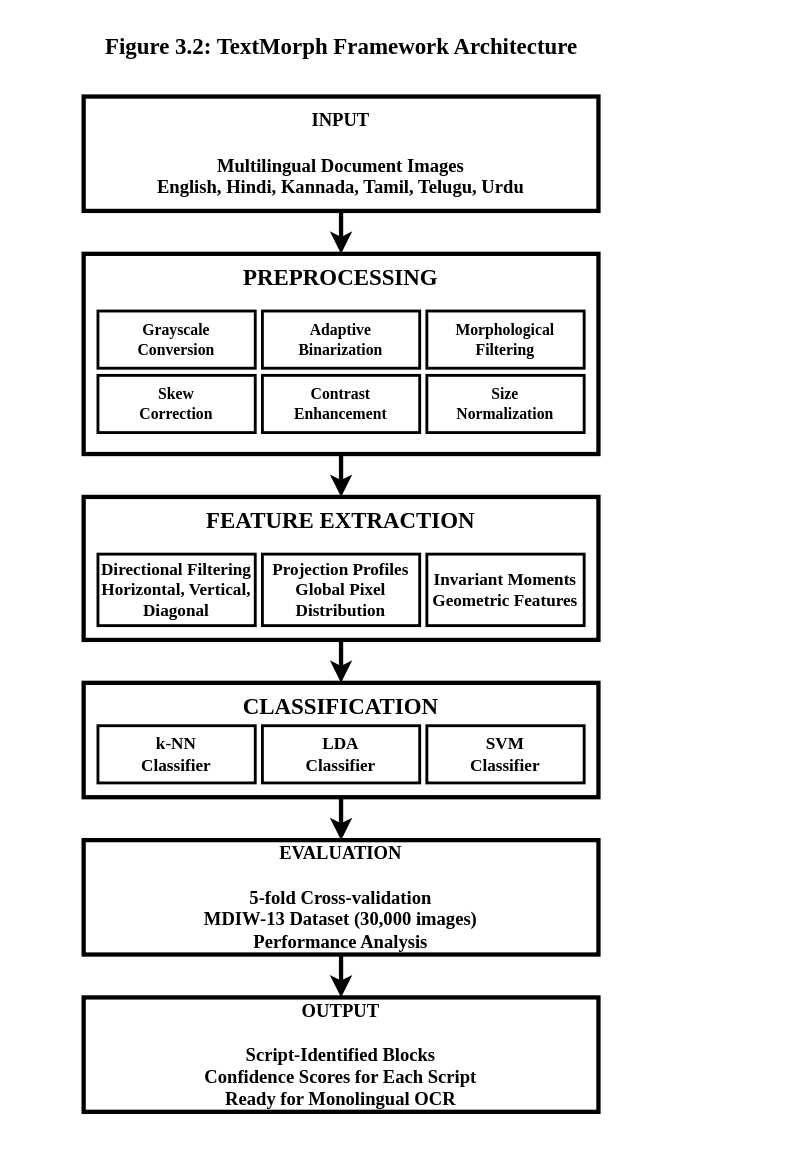
Earlier version of the draw.io diagram suneel_fig2_TextMorph.drawio (vinayak-k24/DrawIO). Source tidied: cells renumbered, new cells numbered last; positions are measured from the earlier drawing's top-left corner, leaving out a move shared by most shapes. Both pictures are drawn from the tidied source at 143%, with x=0, y=0 at pixel (54, 24).
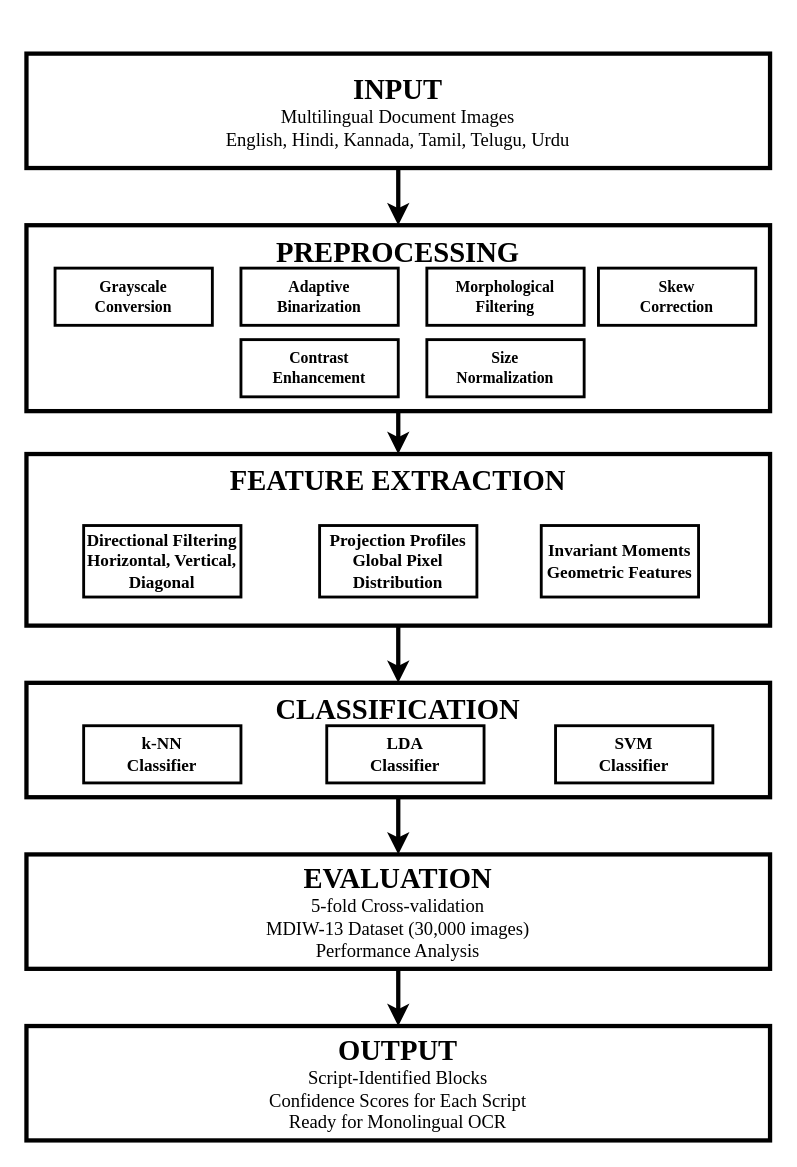
The same diagram, later.

Diff of the diagram source:
```diff
@@
-    <mxCell id="2" value="Figure 3.2: TextMorph Framework Architecture" style="text;html=1;align=center;verticalAlign=middle;strokeColor=none;fillColor=none;fontSize=16;fontStyle=1;fontFamily=Times New Roman;" parent="1" vertex="1">
-      <mxGeometry width="400" height="30" as="geometry" />
-    </mxCell>
-    <mxCell id="3" value="&lt;b&gt;INPUT&lt;/b&gt;&lt;br&gt;&lt;br&gt;Multilingual Document Images&lt;br&gt;English, Hindi, Kannada, Tamil, Telugu, Urdu" style="rounded=0;whiteSpace=wrap;html=1;strokeWidth=3;fontFamily=Times New Roman;fontSize=13;fontStyle=1;verticalAlign=middle;" parent="1" vertex="1">
-      <mxGeometry x="20" y="50" width="360" height="80" as="geometry" />
+    <mxCell id="3" value="&lt;b&gt;&lt;font style=&quot;font-size: 20px;&quot;&gt;INPUT&lt;/font&gt;&lt;/b&gt;&lt;br&gt;&lt;span style=&quot;font-weight: normal;&quot;&gt;Multilingual Document Images&lt;br&gt;English, Hindi, Kannada, Tamil, Telugu, Urdu&lt;/span&gt;" style="rounded=0;whiteSpace=wrap;html=1;strokeWidth=3;fontFamily=Times New Roman;fontSize=13;fontStyle=1;verticalAlign=middle;" parent="1" vertex="1">
+      <mxGeometry x="-20" y="20" width="520" height="80" as="geometry" />
     </mxCell>
@@
-    <mxCell id="5" value="&lt;b&gt;PREPROCESSING&lt;/b&gt;" style="rounded=0;whiteSpace=wrap;html=1;strokeWidth=3;fontFamily=Times New Roman;fontSize=16;fontStyle=1;verticalAlign=top;" parent="1" vertex="1">
-      <mxGeometry x="20" y="160" width="360" height="140" as="geometry" />
+    <mxCell id="5" value="&lt;b&gt;&lt;font style=&quot;font-size: 20px;&quot;&gt;PREPROCESSING&lt;/font&gt;&lt;/b&gt;" style="rounded=0;whiteSpace=wrap;html=1;strokeWidth=3;fontFamily=Times New Roman;fontSize=16;fontStyle=1;verticalAlign=top;" parent="1" vertex="1">
+      <mxGeometry x="-20" y="140" width="520" height="130" as="geometry" />
     </mxCell>
     <mxCell id="6" value="Grayscale&lt;br&gt;Conversion" style="rounded=0;whiteSpace=wrap;html=1;strokeWidth=2;fontFamily=Times New Roman;fontSize=11;fontStyle=1;" parent="1" vertex="1">
-      <mxGeometry x="30" y="200" width="110" height="40" as="geometry" />
+      <mxGeometry y="170" width="110" height="40" as="geometry" />
     </mxCell>
     <mxCell id="7" value="Adaptive&lt;br&gt;Binarization" style="rounded=0;whiteSpace=wrap;html=1;strokeWidth=2;fontFamily=Times New Roman;fontSize=11;fontStyle=1;" parent="1" vertex="1">
-      <mxGeometry x="145" y="200" width="110" height="40" as="geometry" />
+      <mxGeometry x="130" y="170" width="110" height="40" as="geometry" />
     </mxCell>
     <mxCell id="8" value="Morphological&lt;br&gt;Filtering" style="rounded=0;whiteSpace=wrap;html=1;strokeWidth=2;fontFamily=Times New Roman;fontSize=11;fontStyle=1;" parent="1" vertex="1">
-      <mxGeometry x="260" y="200" width="110" height="40" as="geometry" />
+      <mxGeometry x="260" y="170" width="110" height="40" as="geometry" />
     </mxCell>
     <mxCell id="9" value="Skew&lt;br&gt;Correction" style="rounded=0;whiteSpace=wrap;html=1;strokeWidth=2;fontFamily=Times New Roman;fontSize=11;fontStyle=1;" parent="1" vertex="1">
-      <mxGeometry x="30" y="245" width="110" height="40" as="geometry" />
+      <mxGeometry x="380" y="170" width="110" height="40" as="geometry" />
     </mxCell>
     <mxCell id="10" value="Contrast&lt;br&gt;Enhancement" style="rounded=0;whiteSpace=wrap;html=1;strokeWidth=2;fontFamily=Times New Roman;fontSize=11;fontStyle=1;" parent="1" vertex="1">
-      <mxGeometry x="145" y="245" width="110" height="40" as="geometry" />
+      <mxGeometry x="130" y="220" width="110" height="40" as="geometry" />
     </mxCell>
     <mxCell id="11" value="Size&lt;br&gt;Normalization" style="rounded=0;whiteSpace=wrap;html=1;strokeWidth=2;fontFamily=Times New Roman;fontSize=11;fontStyle=1;" parent="1" vertex="1">
-      <mxGeometry x="260" y="245" width="110" height="40" as="geometry" />
+      <mxGeometry x="260" y="220" width="110" height="40" as="geometry" />
     </mxCell>
@@
-    <mxCell id="13" value="&lt;b&gt;FEATURE EXTRACTION&lt;/b&gt;" style="rounded=0;whiteSpace=wrap;html=1;strokeWidth=3;fontFamily=Times New Roman;fontSize=16;fontStyle=1;verticalAlign=top;" parent="1" vertex="1">
-      <mxGeometry x="20" y="330" width="360" height="100" as="geometry" />
+    <mxCell id="13" value="&lt;b&gt;&lt;font style=&quot;font-size: 20px;&quot;&gt;FEATURE EXTRACTION&lt;/font&gt;&lt;/b&gt;" style="rounded=0;whiteSpace=wrap;html=1;strokeWidth=3;fontFamily=Times New Roman;fontSize=16;fontStyle=1;verticalAlign=top;" parent="1" vertex="1">
+      <mxGeometry x="-20" y="300" width="520" height="120" as="geometry" />
     </mxCell>
     <mxCell id="14" value="Directional Filtering&lt;br&gt;Horizontal, Vertical, Diagonal" style="rounded=0;whiteSpace=wrap;html=1;strokeWidth=2;fontFamily=Times New Roman;fontSize=12;fontStyle=1;" parent="1" vertex="1">
-      <mxGeometry x="30" y="370" width="110" height="50" as="geometry" />
+      <mxGeometry x="20" y="350" width="110" height="50" as="geometry" />
     </mxCell>
     <mxCell id="15" value="Projection Profiles&lt;br&gt;Global Pixel Distribution" style="rounded=0;whiteSpace=wrap;html=1;strokeWidth=2;fontFamily=Times New Roman;fontSize=12;fontStyle=1;" parent="1" vertex="1">
-      <mxGeometry x="145" y="370" width="110" height="50" as="geometry" />
+      <mxGeometry x="185" y="350" width="110" height="50" as="geometry" />
     </mxCell>
     <mxCell id="16" value="Invariant Moments&lt;br&gt;Geometric Features" style="rounded=0;whiteSpace=wrap;html=1;strokeWidth=2;fontFamily=Times New Roman;fontSize=12;fontStyle=1;" parent="1" vertex="1">
-      <mxGeometry x="260" y="370" width="110" height="50" as="geometry" />
+      <mxGeometry x="340" y="350" width="110" height="50" as="geometry" />
     </mxCell>
@@
-    <mxCell id="18" value="&lt;b&gt;CLASSIFICATION&lt;/b&gt;" style="rounded=0;whiteSpace=wrap;html=1;strokeWidth=3;fontFamily=Times New Roman;fontSize=16;fontStyle=1;verticalAlign=top;" parent="1" vertex="1">
-      <mxGeometry x="20" y="460" width="360" height="80" as="geometry" />
+    <mxCell id="18" value="&lt;b&gt;&lt;font style=&quot;font-size: 20px;&quot;&gt;CLASSIFICATION&lt;/font&gt;&lt;/b&gt;" style="rounded=0;whiteSpace=wrap;html=1;strokeWidth=3;fontFamily=Times New Roman;fontSize=16;fontStyle=1;verticalAlign=top;" parent="1" vertex="1">
+      <mxGeometry x="-20" y="460" width="520" height="80" as="geometry" />
     </mxCell>
     <mxCell id="19" value="k-NN&lt;br&gt;Classifier" style="rounded=0;whiteSpace=wrap;html=1;strokeWidth=2;fontFamily=Times New Roman;fontSize=12;fontStyle=1;" parent="1" vertex="1">
-      <mxGeometry x="30" y="490" width="110" height="40" as="geometry" />
+      <mxGeometry x="20" y="490" width="110" height="40" as="geometry" />
     </mxCell>
     <mxCell id="20" value="LDA&lt;br&gt;Classifier" style="rounded=0;whiteSpace=wrap;html=1;strokeWidth=2;fontFamily=Times New Roman;fontSize=12;fontStyle=1;" parent="1" vertex="1">
-      <mxGeometry x="145" y="490" width="110" height="40" as="geometry" />
+      <mxGeometry x="190" y="490" width="110" height="40" as="geometry" />
     </mxCell>
     <mxCell id="21" value="SVM&lt;br&gt;Classifier" style="rounded=0;whiteSpace=wrap;html=1;strokeWidth=2;fontFamily=Times New Roman;fontSize=12;fontStyle=1;" parent="1" vertex="1">
-      <mxGeometry x="260" y="490" width="110" height="40" as="geometry" />
+      <mxGeometry x="350" y="490" width="110" height="40" as="geometry" />
     </mxCell>
@@
-    <mxCell id="23" value="&lt;b&gt;EVALUATION&lt;/b&gt;&lt;br&gt;&lt;br&gt;5-fold Cross-validation&lt;br&gt;MDIW-13 Dataset (30,000 images)&lt;br&gt;Performance Analysis" style="rounded=0;whiteSpace=wrap;html=1;strokeWidth=3;fontFamily=Times New Roman;fontSize=13;fontStyle=1;verticalAlign=middle;" parent="1" vertex="1">
-      <mxGeometry x="20" y="570" width="360" height="80" as="geometry" />
+    <mxCell id="23" value="&lt;b&gt;&lt;font style=&quot;font-size: 20px;&quot;&gt;EVALUATION&lt;/font&gt;&lt;/b&gt;&lt;br&gt;&lt;span style=&quot;font-weight: normal;&quot;&gt;5-fold Cross-validation&lt;br&gt;MDIW-13 Dataset (30,000 images)&lt;br&gt;Performance Analysis&lt;/span&gt;" style="rounded=0;whiteSpace=wrap;html=1;strokeWidth=3;fontFamily=Times New Roman;fontSize=13;fontStyle=1;verticalAlign=middle;" parent="1" vertex="1">
+      <mxGeometry x="-20" y="580" width="520" height="80" as="geometry" />
     </mxCell>
@@
-    <mxCell id="25" value="&lt;b&gt;OUTPUT&lt;/b&gt;&lt;br&gt;&lt;br&gt;Script-Identified Blocks&lt;br&gt;Confidence Scores for Each Script&lt;br&gt;Ready for Monolingual OCR" style="rounded=0;whiteSpace=wrap;html=1;strokeWidth=3;fontFamily=Times New Roman;fontSize=13;fontStyle=1;verticalAlign=middle;" parent="1" vertex="1">
-      <mxGeometry x="20" y="680" width="360" height="80" as="geometry" />
+    <mxCell id="25" value="&lt;b&gt;&lt;font style=&quot;font-size: 20px;&quot;&gt;OUTPUT&lt;/font&gt;&lt;/b&gt;&lt;br&gt;&lt;span style=&quot;font-weight: normal;&quot;&gt;Script-Identified Blocks&lt;br&gt;Confidence Scores for Each Script&lt;br&gt;Ready for Monolingual OCR&lt;/span&gt;" style="rounded=0;whiteSpace=wrap;html=1;strokeWidth=3;fontFamily=Times New Roman;fontSize=13;fontStyle=1;verticalAlign=middle;" parent="1" vertex="1">
+      <mxGeometry x="-20" y="700" width="520" height="80" as="geometry" />
     </mxCell>
```
